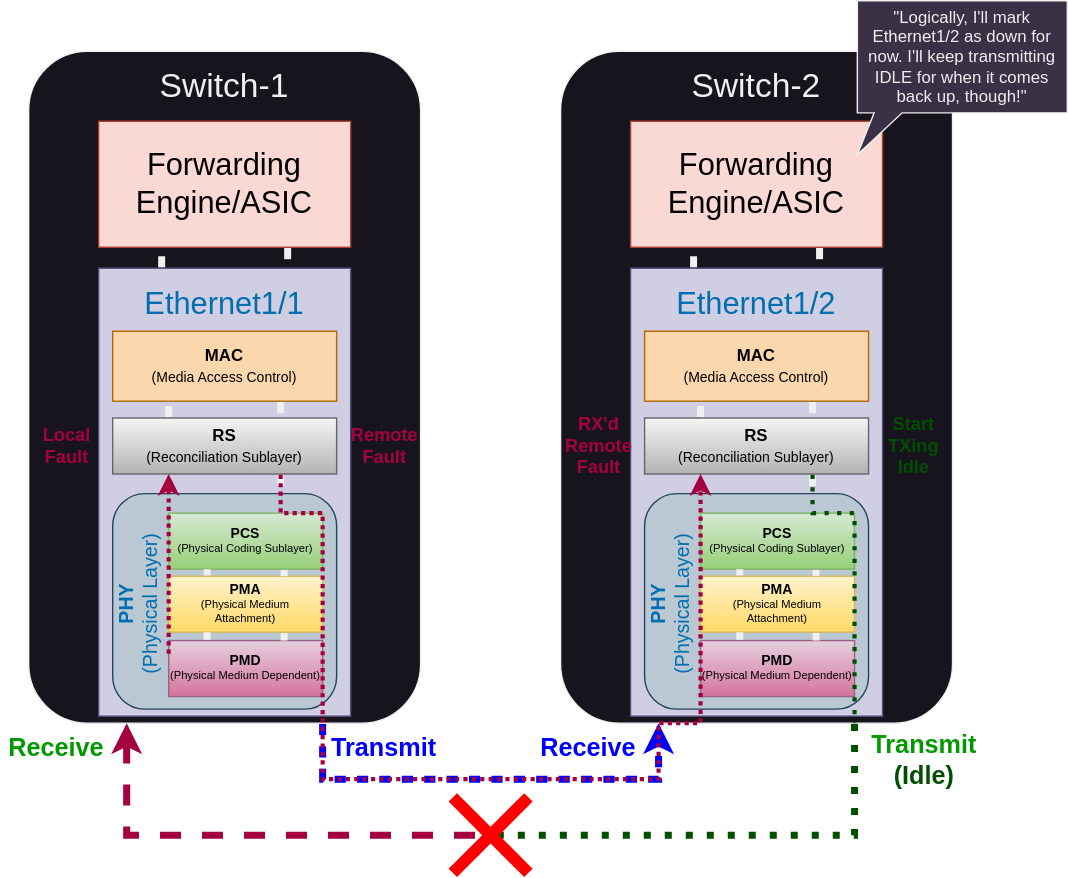
The draw.io diagram images/2024/ethernet-lf-rf/lfrf_lower_level_rf_received_idle_tx.svg in ChristopherJHart/ChristopherJHart.github.io, before a commit. Source tidied: cells renumbered, new cells last; positions are measured from the earlier drawing's top-left corner, leaving out a move shared by most shapes.
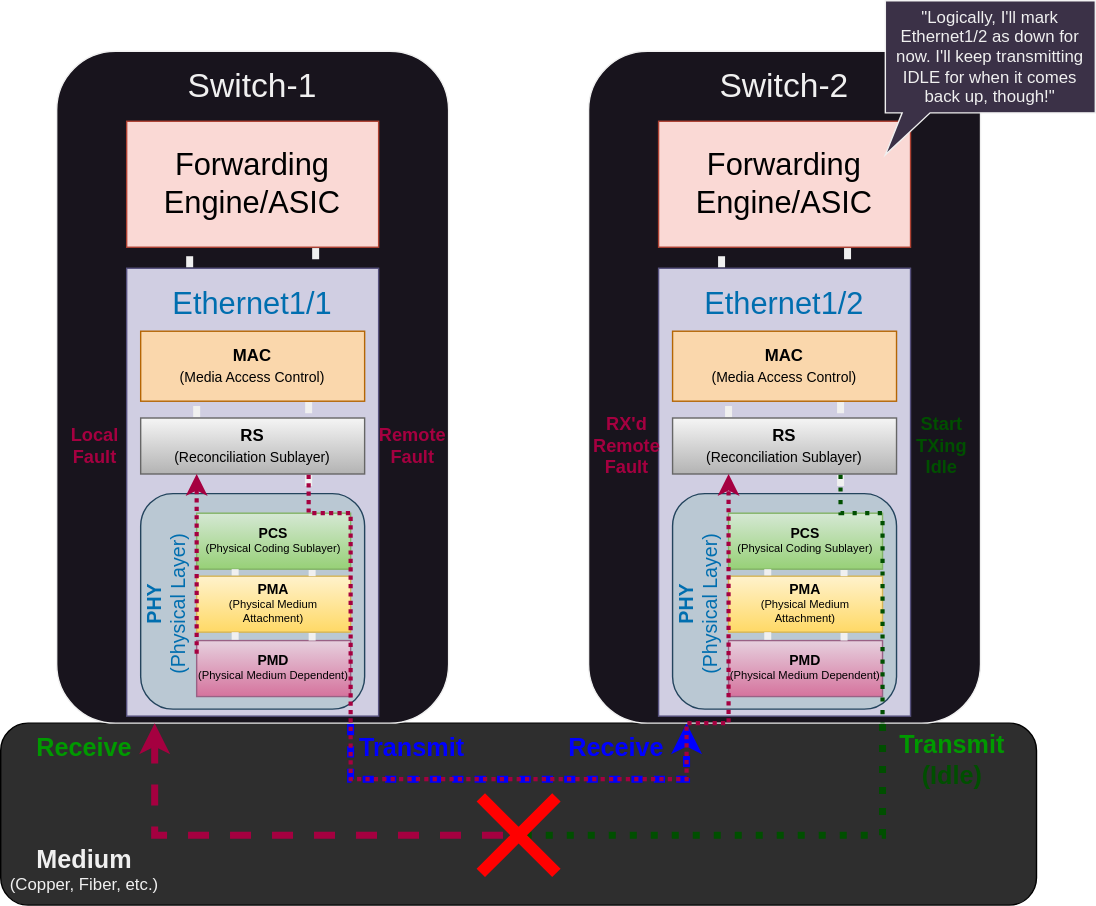
After the change.

Commit message:
bug: add medium box back

Change to the diagram source:
```diff
@@ -2,6 +2,12 @@
   <root>
     <mxCell id="0" />
     <mxCell id="1" parent="0" />
+    <mxCell id="62" style="rounded=1;whiteSpace=wrap;html=1;fillColor=#2E2E2E;shadow=0;glass=0;strokeColor=#000000;fillStyle=auto;" parent="1" vertex="1">
+      <mxGeometry x="-20" y="516" width="740" height="130" as="geometry" />
+    </mxCell>
+    <mxCell id="63" value="&lt;b&gt;&lt;font style=&quot;font-size: 18px;&quot;&gt;Medium&lt;/font&gt;&lt;br&gt;&lt;/b&gt;(Copper, Fiber, etc.)" style="text;html=1;strokeColor=none;fillColor=none;align=center;verticalAlign=middle;whiteSpace=wrap;rounded=0;" parent="1" vertex="1">
+      <mxGeometry x="-20" y="596" width="120" height="50" as="geometry" />
+    </mxCell>
     <mxCell id="2" style="edgeStyle=orthogonalEdgeStyle;rounded=0;jettySize=auto;html=1;exitX=0.75;exitY=1;exitDx=0;exitDy=0;entryX=0.25;entryY=1;entryDx=0;entryDy=0;endArrow=classic;endFill=1;strokeWidth=5;strokeColor=#0000FF;flowAnimation=1;" parent="1" edge="1" source="3" target="29">
       <mxGeometry relative="1" as="geometry">
         <Array as="points">
```
